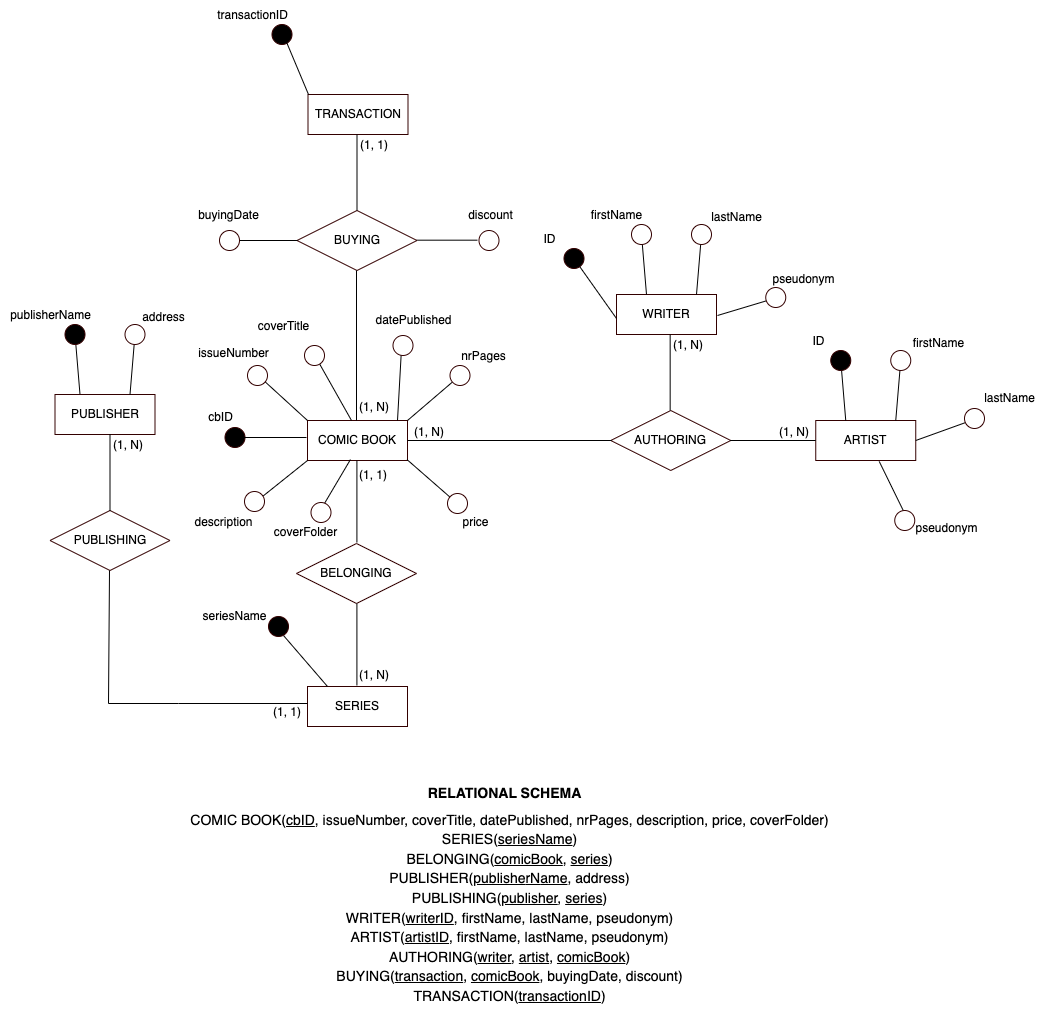
Before: schema/e-r_model.png, a diagram exported from draw.io (malrau/da_wp_project). Source tidied: cells renumbered, new cells last; positions are measured from the earlier drawing's top-left corner, leaving out a move shared by most shapes.
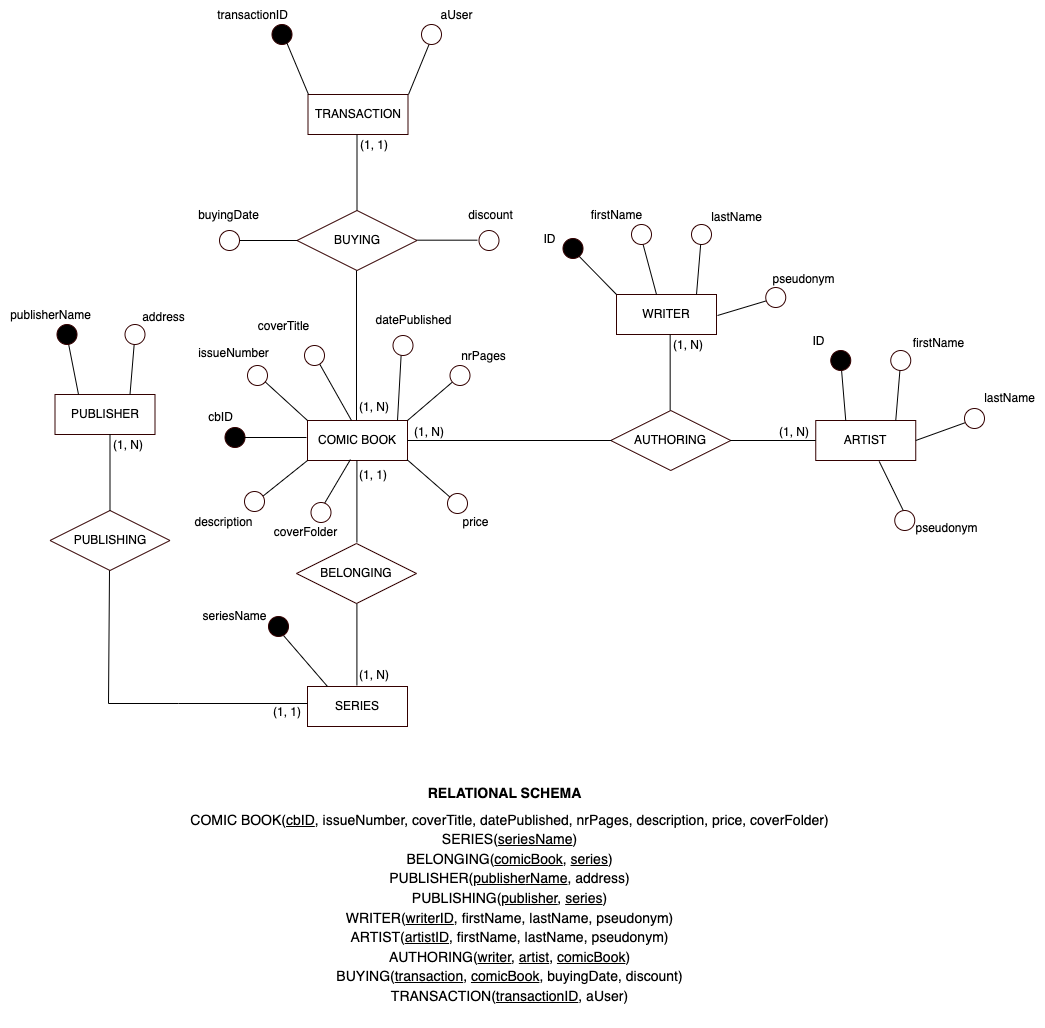
After the change.

Commit message:
Edit main database schema to add user attribute to transaction table

What changed in the source:
```diff
@@ -7,11 +7,6 @@
         <mxPoint x="135.5" y="334" as="targetPoint" />
       </mxGeometry>
     </mxCell>
-    <mxCell id="3" style="edgeStyle=none;rounded=0;jettySize=auto;html=1;exitX=0.25;exitY=0;exitDx=0;exitDy=0;" parent="1" edge="1" source="4">
-      <mxGeometry relative="1" as="geometry">
-        <mxPoint x="75.5" y="334" as="targetPoint" />
-      </mxGeometry>
-    </mxCell>
     <mxCell id="4" value="PUBLISHER" style="whiteSpace=wrap;html=1;align=center;shadow=0;sketch=0;fillStyle=solid;strokeColor=#330000;strokeWidth=1;fillColor=#FFFFFF;" parent="1" vertex="1">
       <mxGeometry x="55.5" y="394" width="100" height="40" as="geometry" />
     </mxCell>
@@ -27,9 +22,6 @@
     <mxCell id="8" style="ellipse;whiteSpace=wrap;html=1;fillColor=#FFFFFF;strokeColor=#330000;shadow=0;sketch=0;fillStyle=solid;strokeWidth=1;" parent="1" vertex="1">
       <mxGeometry x="125.5" y="324" width="20" height="20" as="geometry" />
     </mxCell>
-    <mxCell id="9" style="ellipse;whiteSpace=wrap;html=1;fillColor=#000000;strokeColor=#330000;shadow=0;sketch=0;fillStyle=solid;strokeWidth=1;" parent="1" vertex="1">
-      <mxGeometry x="65.5" y="324" width="20" height="20" as="geometry" />
-    </mxCell>
     <mxCell id="10" value="address" style="text;html=1;align=center;verticalAlign=middle;strokeColor=none;fillColor=none;" parent="1" vertex="1">
       <mxGeometry x="128.5" y="302" width="70" height="30" as="geometry" />
     </mxCell>
@@ -38,18 +30,13 @@
         <mxPoint x="702" y="234" as="targetPoint" />
       </mxGeometry>
     </mxCell>
-    <mxCell id="12" style="edgeStyle=none;rounded=0;orthogonalLoop=1;jettySize=auto;html=1;exitX=0.25;exitY=0;exitDx=0;exitDy=0;" parent="1" edge="1">
-      <mxGeometry relative="1" as="geometry">
-        <mxPoint x="647" y="294" as="sourcePoint" />
-        <mxPoint x="642" y="234" as="targetPoint" />
-      </mxGeometry>
-    </mxCell>
     <mxCell id="13" value="firstName" style="text;html=1;align=center;verticalAlign=middle;strokeColor=none;fillColor=none;" parent="1" vertex="1">
       <mxGeometry x="582" y="200" width="70" height="30" as="geometry" />
     </mxCell>
-    <mxCell id="14" style="edgeStyle=none;rounded=0;jettySize=auto;html=1;exitX=0.75;exitY=0;exitDx=0;exitDy=0;endArrow=none;" parent="1" edge="1" target="15">
+    <mxCell id="14" style="edgeStyle=none;rounded=0;orthogonalLoop=1;jettySize=auto;html=1;exitX=0.75;exitY=0;exitDx=0;exitDy=0;endArrow=none;" parent="1" edge="1">
       <mxGeometry relative="1" as="geometry">
-        <mxPoint x="697" y="294" as="sourcePoint" />
+        <mxPoint x="657" y="294" as="sourcePoint" />
+        <mxPoint x="642" y="238" as="targetPoint" />
       </mxGeometry>
     </mxCell>
     <mxCell id="15" style="ellipse;whiteSpace=wrap;html=1;fillColor=#FFFFFF;strokeColor=#330000;shadow=0;sketch=0;fillStyle=solid;strokeWidth=1;" parent="1" vertex="1">
@@ -237,24 +224,15 @@
     <mxCell id="58" value="price" style="text;html=1;align=center;verticalAlign=middle;strokeColor=none;fillColor=none;" parent="1" vertex="1">
       <mxGeometry x="450.5" y="507" width="50" height="30" as="geometry" />
     </mxCell>
-    <mxCell id="59" value="&lt;p style=&quot;line-height: 140%;&quot;&gt;COMIC BOOK(&lt;u&gt;cbID&lt;/u&gt;, issueNumber, coverTitle, datePublished, nrPages, description,&amp;nbsp;price, coverFolder)&lt;br&gt;SERIES(&lt;u&gt;seriesName&lt;/u&gt;)&lt;br style=&quot;border-color: var(--border-color);&quot;&gt;BELONGING(&lt;u&gt;comicBook&lt;/u&gt;, &lt;u&gt;series&lt;/u&gt;)&lt;br&gt;PUBLISHER(&lt;u&gt;publishe&lt;span style=&quot;border-color: var(--border-color);&quot;&gt;rN&lt;/span&gt;&lt;span style=&quot;border-color: var(--border-color);&quot;&gt;ame&lt;/span&gt;&lt;/u&gt;, address)&lt;br style=&quot;border-color: var(--border-color);&quot;&gt;PUBLISHING(&lt;u&gt;publisher&lt;/u&gt;, &lt;u&gt;series&lt;/u&gt;)&lt;br&gt;WRITER(&lt;u&gt;writerID&lt;/u&gt;,&amp;nbsp;&lt;span style=&quot;border-color: var(--border-color);&quot;&gt;firstName&lt;/span&gt;,&amp;nbsp;&lt;span style=&quot;border-color: var(--border-color);&quot;&gt;lastName&lt;/span&gt;, pseudonym)&lt;br&gt;ARTIST(&lt;u&gt;artistID&lt;/u&gt;,&amp;nbsp;&lt;span style=&quot;border-color: var(--border-color);&quot;&gt;firstName&lt;/span&gt;,&amp;nbsp;&lt;span style=&quot;border-color: var(--border-color);&quot;&gt;lastName&lt;/span&gt;, pseudonym)&lt;br&gt;AUTHORING(&lt;u style=&quot;border-color: var(--border-color);&quot;&gt;writer&lt;/u&gt;,&amp;nbsp;&lt;u style=&quot;border-color: var(--border-color);&quot;&gt;artist&lt;/u&gt;,&amp;nbsp;&lt;u style=&quot;border-color: var(--border-color);&quot;&gt;comicBook&lt;/u&gt;)&lt;br&gt;BUYING(&lt;u style=&quot;border-color: var(--border-color);&quot;&gt;transaction&lt;/u&gt;,&amp;nbsp;&lt;u style=&quot;border-color: var(--border-color);&quot;&gt;comicBook&lt;/u&gt;&lt;span style=&quot;border-color: var(--border-color);&quot;&gt;, buyingDate, discount&lt;/span&gt;)&lt;br&gt;TRANSACTION(&lt;u&gt;transactionID&lt;/u&gt;)&lt;/p&gt;" style="text;html=1;align=center;verticalAlign=middle;strokeColor=none;fillColor=none;fontSize=14;" parent="1" vertex="1">
+    <mxCell id="59" value="&lt;p style=&quot;line-height: 140%;&quot;&gt;COMIC BOOK(&lt;u&gt;cbID&lt;/u&gt;, issueNumber, coverTitle, datePublished, nrPages, description,&amp;nbsp;price, coverFolder)&lt;br&gt;SERIES(&lt;u&gt;seriesName&lt;/u&gt;)&lt;br style=&quot;border-color: var(--border-color);&quot;&gt;BELONGING(&lt;u&gt;comicBook&lt;/u&gt;, &lt;u&gt;series&lt;/u&gt;)&lt;br&gt;PUBLISHER(&lt;u&gt;publishe&lt;span style=&quot;border-color: var(--border-color);&quot;&gt;rN&lt;/span&gt;&lt;span style=&quot;border-color: var(--border-color);&quot;&gt;ame&lt;/span&gt;&lt;/u&gt;, address)&lt;br style=&quot;border-color: var(--border-color);&quot;&gt;PUBLISHING(&lt;u&gt;publisher&lt;/u&gt;, &lt;u&gt;series&lt;/u&gt;)&lt;br&gt;WRITER(&lt;u&gt;writerID&lt;/u&gt;,&amp;nbsp;&lt;span style=&quot;border-color: var(--border-color);&quot;&gt;firstName&lt;/span&gt;,&amp;nbsp;&lt;span style=&quot;border-color: var(--border-color);&quot;&gt;lastName&lt;/span&gt;, pseudonym)&lt;br&gt;ARTIST(&lt;u&gt;artistID&lt;/u&gt;,&amp;nbsp;&lt;span style=&quot;border-color: var(--border-color);&quot;&gt;firstName&lt;/span&gt;,&amp;nbsp;&lt;span style=&quot;border-color: var(--border-color);&quot;&gt;lastName&lt;/span&gt;, pseudonym)&lt;br&gt;AUTHORING(&lt;u style=&quot;border-color: var(--border-color);&quot;&gt;writer&lt;/u&gt;,&amp;nbsp;&lt;u style=&quot;border-color: var(--border-color);&quot;&gt;artist&lt;/u&gt;,&amp;nbsp;&lt;u style=&quot;border-color: var(--border-color);&quot;&gt;comicBook&lt;/u&gt;)&lt;br&gt;BUYING(&lt;u style=&quot;border-color: var(--border-color);&quot;&gt;transaction&lt;/u&gt;,&amp;nbsp;&lt;u style=&quot;border-color: var(--border-color);&quot;&gt;comicBook&lt;/u&gt;&lt;span style=&quot;border-color: var(--border-color);&quot;&gt;, buyingDate, discount&lt;/span&gt;)&lt;br&gt;TRANSACTION(&lt;u&gt;transactionID&lt;/u&gt;, aUser)&lt;/p&gt;" style="text;html=1;align=center;verticalAlign=middle;strokeColor=none;fillColor=none;fontSize=14;" parent="1" vertex="1">
       <mxGeometry x="180" y="788" width="660" height="240" as="geometry" />
     </mxCell>
     <mxCell id="60" value="&lt;b&gt;RELATIONAL SCHEMA&lt;/b&gt;" style="text;html=1;align=center;verticalAlign=middle;strokeColor=none;fillColor=none;fontSize=14;" parent="1" vertex="1">
       <mxGeometry x="415" y="778" width="180" height="30" as="geometry" />
     </mxCell>
-    <mxCell id="61" style="edgeStyle=none;rounded=0;orthogonalLoop=1;jettySize=auto;html=1;exitX=0;exitY=0.25;exitDx=0;exitDy=0;" parent="1" edge="1">
-      <mxGeometry relative="1" as="geometry">
-        <mxPoint x="617" y="318" as="sourcePoint" />
-        <mxPoint x="574.5" y="258" as="targetPoint" />
-      </mxGeometry>
-    </mxCell>
     <mxCell id="62" value="ID" style="text;html=1;align=center;verticalAlign=middle;strokeColor=none;fillColor=none;" parent="1" vertex="1">
       <mxGeometry x="529.5" y="224" width="40" height="30" as="geometry" />
     </mxCell>
-    <mxCell id="63" style="ellipse;whiteSpace=wrap;html=1;fillColor=#000000;strokeColor=#330000;shadow=0;sketch=0;fillStyle=solid;strokeWidth=1;" parent="1" vertex="1">
-      <mxGeometry x="564.5" y="248" width="20" height="20" as="geometry" />
-    </mxCell>
     <mxCell id="64" style="edgeStyle=none;rounded=0;jettySize=auto;html=1;exitX=1;exitY=0.5;exitDx=0;exitDy=0;entryX=0;entryY=1;entryDx=0;entryDy=0;" parent="1" edge="1" source="22">
       <mxGeometry relative="1" as="geometry">
         <mxPoint x="979.9" y="417.1" as="targetPoint" />
@@ -415,5 +393,41 @@
     <mxCell id="101" value="coverFolder" style="text;html=1;align=center;verticalAlign=middle;strokeColor=none;fillColor=none;" parent="1" vertex="1">
       <mxGeometry x="260.5" y="517" width="90" height="30" as="geometry" />
     </mxCell>
+    <mxCell id="102" value="aUser" style="text;html=1;align=center;verticalAlign=middle;strokeColor=none;fillColor=none;" parent="1" vertex="1">
+      <mxGeometry x="427" width="60" height="30" as="geometry" />
+    </mxCell>
+    <mxCell id="103" style="edgeStyle=none;rounded=0;orthogonalLoop=1;jettySize=auto;html=1;exitX=0.75;exitY=0;exitDx=0;exitDy=0;endArrow=none;" parent="1" edge="1">
+      <mxGeometry relative="1" as="geometry">
+        <mxPoint x="697" y="294" as="sourcePoint" />
+        <mxPoint x="701.2" y="244" as="targetPoint" />
+      </mxGeometry>
+    </mxCell>
+    <mxCell id="104" style="edgeStyle=none;rounded=0;orthogonalLoop=1;jettySize=auto;html=1;exitX=0.75;exitY=0;exitDx=0;exitDy=0;endArrow=none;" parent="1" edge="1">
+      <mxGeometry relative="1" as="geometry">
+        <mxPoint x="617" y="294" as="sourcePoint" />
+        <mxPoint x="572" y="248" as="targetPoint" />
+      </mxGeometry>
+    </mxCell>
+    <mxCell id="105" style="ellipse;whiteSpace=wrap;html=1;fillColor=#000000;strokeColor=#330000;shadow=0;sketch=0;fillStyle=solid;strokeWidth=1;" parent="1" vertex="1">
+      <mxGeometry x="563.5" y="238" width="20" height="20" as="geometry" />
+    </mxCell>
+    <mxCell id="106" style="edgeStyle=none;rounded=0;orthogonalLoop=1;jettySize=auto;html=1;exitX=0.75;exitY=0;exitDx=0;exitDy=0;endArrow=none;" parent="1" edge="1">
+      <mxGeometry relative="1" as="geometry">
+        <mxPoint x="409" y="94" as="sourcePoint" />
+        <mxPoint x="432" y="38" as="targetPoint" />
+      </mxGeometry>
+    </mxCell>
+    <mxCell id="107" style="ellipse;whiteSpace=wrap;html=1;fillColor=#FFFFFF;strokeColor=#330000;shadow=0;sketch=0;fillStyle=solid;strokeWidth=1;" parent="1" vertex="1">
+      <mxGeometry x="422" y="24" width="20" height="20" as="geometry" />
+    </mxCell>
+    <mxCell id="108" style="edgeStyle=none;rounded=0;orthogonalLoop=1;jettySize=auto;html=1;endArrow=none;" parent="1" edge="1">
+      <mxGeometry relative="1" as="geometry">
+        <mxPoint x="68" y="338" as="sourcePoint" />
+        <mxPoint x="79" y="394" as="targetPoint" />
+      </mxGeometry>
+    </mxCell>
+    <mxCell id="109" style="ellipse;whiteSpace=wrap;html=1;fillColor=#000000;strokeColor=#330000;shadow=0;sketch=0;fillStyle=solid;strokeWidth=1;" parent="1" vertex="1">
+      <mxGeometry x="57.5" y="324" width="20" height="20" as="geometry" />
+    </mxCell>
   </root>
 </mxGraphModel>
```
